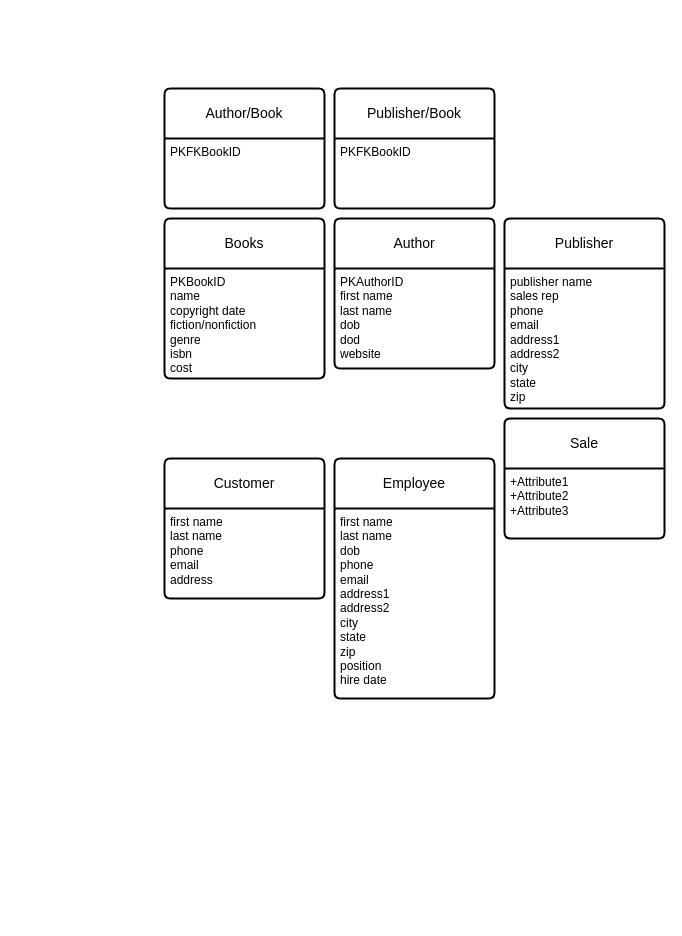
This is library.drawio from ZaHallo/diagrams, a draw.io file, before an edit. Source tidied: cells renumbered, new cells numbered last; positions are measured from the earlier drawing's top-left corner, leaving out a move shared by most shapes. Both pictures are drawn from the tidied source at 100%, with x=0, y=0 at pixel (164, 88).
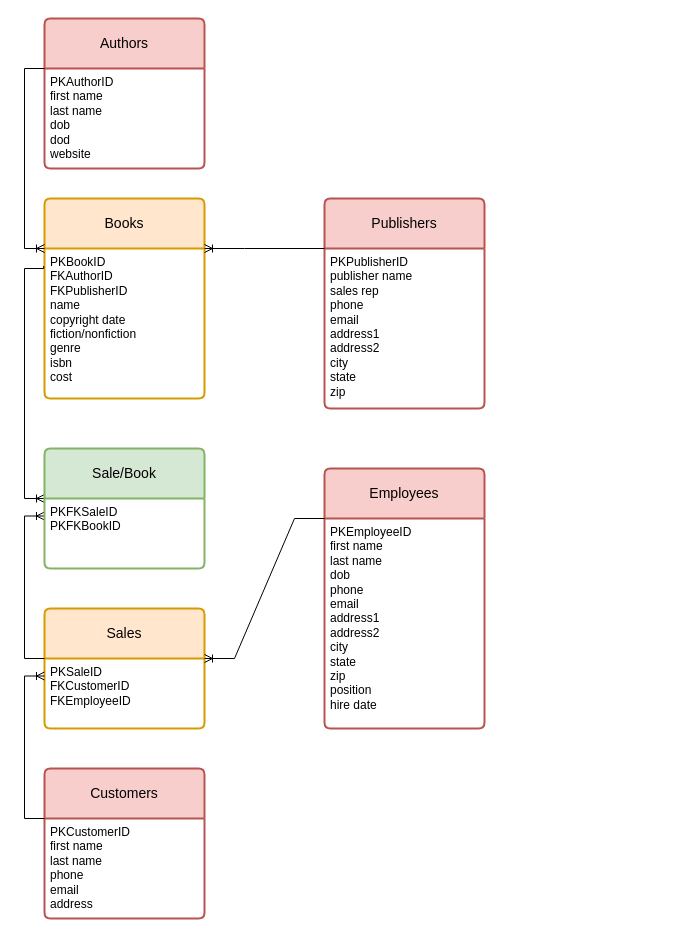
After the change.

The change refers to these unchanged cells:
```xml
<mxCell id="5" value="PKAuthorID&lt;br&gt;first name&lt;br&gt;last name&lt;br&gt;dob&lt;br&gt;dod&lt;br&gt;website" style="align=left;strokeColor=none;fillColor=none;spacingLeft=4;fontSize=12;verticalAlign=top;html=1;" parent="4" vertex="1">
  <mxGeometry y="50" width="160" height="100" as="geometry" />
</mxCell>
```

Change to the diagram source:
```diff
@@
-    <mxCell id="2" value="Books" style="swimlane;horizontal=1;startSize=50;rounded=1;fontSize=14;fontStyle=0;strokeWidth=2;shadow=0;dashed=0;align=center;arcSize=4;whiteSpace=wrap;html=1;" parent="1" vertex="1">
-      <mxGeometry y="130" width="160" height="160" as="geometry" />
+    <mxCell id="2" value="Books" style="swimlane;horizontal=1;startSize=50;rounded=1;fontSize=14;fontStyle=0;strokeWidth=2;shadow=0;dashed=0;align=center;arcSize=4;whiteSpace=wrap;html=1;fillColor=#ffe6cc;strokeColor=#d79b00;" parent="1" vertex="1">
+      <mxGeometry x="-120" y="110" width="160" height="200" as="geometry" />
     </mxCell>
-    <mxCell id="3" value="PKBookID&lt;br&gt;name&lt;br&gt;copyright date&lt;br&gt;fiction/nonfiction&lt;br&gt;genre&lt;br&gt;isbn&lt;br&gt;cost" style="align=left;strokeColor=none;fillColor=none;spacingLeft=4;fontSize=12;verticalAlign=top;html=1;" parent="2" vertex="1">
-      <mxGeometry y="50" width="160" height="110" as="geometry" />
+    <mxCell id="3" value="PKBookID&lt;br&gt;FKAuthorID&lt;br&gt;FKPublisherID&lt;br&gt;name&lt;br&gt;copyright date&lt;br&gt;fiction/nonfiction&lt;br&gt;genre&lt;br&gt;isbn&lt;br&gt;cost" style="align=left;strokeColor=none;fillColor=none;spacingLeft=4;fontSize=12;verticalAlign=top;html=1;" parent="2" vertex="1">
+      <mxGeometry y="50" width="160" height="150" as="geometry" />
     </mxCell>
-    <mxCell id="4" value="Author" style="swimlane;horizontal=1;startSize=50;rounded=1;fontSize=14;fontStyle=0;strokeWidth=2;shadow=0;dashed=0;align=center;arcSize=4;whiteSpace=wrap;html=1;" parent="1" vertex="1">
-      <mxGeometry x="170" y="130" width="160" height="150" as="geometry" />
+    <mxCell id="4" value="Authors" style="swimlane;horizontal=1;startSize=50;rounded=1;fontSize=14;fontStyle=0;strokeWidth=2;shadow=0;dashed=0;align=center;arcSize=4;whiteSpace=wrap;html=1;fillColor=#f8cecc;strokeColor=#b85450;" parent="1" vertex="1">
+      <mxGeometry x="-120" y="-70" width="160" height="150" as="geometry" />
     </mxCell>
@@
-    <mxCell id="6" value="Publisher" style="swimlane;horizontal=1;startSize=50;rounded=1;fontSize=14;fontStyle=0;strokeWidth=2;shadow=0;dashed=0;align=center;arcSize=4;whiteSpace=wrap;html=1;" parent="1" vertex="1">
-      <mxGeometry x="340" y="130" width="160" height="190" as="geometry" />
+    <mxCell id="6" value="Publishers" style="swimlane;horizontal=1;startSize=50;rounded=1;fontSize=14;fontStyle=0;strokeWidth=2;shadow=0;dashed=0;align=center;arcSize=4;whiteSpace=wrap;html=1;fillColor=#f8cecc;strokeColor=#b85450;" parent="1" vertex="1">
+      <mxGeometry x="160" y="110" width="160" height="210" as="geometry" />
     </mxCell>
-    <mxCell id="7" value="publisher name&lt;br&gt;sales rep&lt;br&gt;phone&lt;br&gt;email&lt;br&gt;address1&lt;br&gt;address2&lt;br&gt;city&lt;br&gt;state&lt;br&gt;zip" style="align=left;strokeColor=none;fillColor=none;spacingLeft=4;fontSize=12;verticalAlign=top;html=1;" parent="6" vertex="1">
-      <mxGeometry y="50" width="160" height="140" as="geometry" />
+    <mxCell id="7" value="PKPublisherID&lt;br&gt;publisher name&lt;br&gt;sales rep&lt;br&gt;phone&lt;br&gt;email&lt;br&gt;address1&lt;br&gt;address2&lt;br&gt;city&lt;br&gt;state&lt;br&gt;zip" style="align=left;strokeColor=none;fillColor=none;spacingLeft=4;fontSize=12;verticalAlign=top;html=1;" parent="6" vertex="1">
+      <mxGeometry y="50" width="160" height="160" as="geometry" />
     </mxCell>
-    <mxCell id="8" value="Customer" style="swimlane;horizontal=1;startSize=50;rounded=1;fontSize=14;fontStyle=0;strokeWidth=2;shadow=0;dashed=0;align=center;arcSize=4;whiteSpace=wrap;html=1;" parent="1" vertex="1">
-      <mxGeometry y="370" width="160" height="140" as="geometry" />
+    <mxCell id="8" value="Customers" style="swimlane;horizontal=1;startSize=50;rounded=1;fontSize=14;fontStyle=0;strokeWidth=2;shadow=0;dashed=0;align=center;arcSize=4;whiteSpace=wrap;html=1;fillColor=#f8cecc;strokeColor=#b85450;" parent="1" vertex="1">
+      <mxGeometry x="-120" y="680" width="160" height="150" as="geometry" />
     </mxCell>
-    <mxCell id="9" value="first name&lt;br&gt;last name&lt;br&gt;phone&lt;br&gt;email&lt;br&gt;address" style="align=left;strokeColor=none;fillColor=none;spacingLeft=4;fontSize=12;verticalAlign=top;html=1;" parent="8" vertex="1">
-      <mxGeometry y="50" width="160" height="90" as="geometry" />
+    <mxCell id="9" value="PKCustomerID&lt;br&gt;first name&lt;br&gt;last name&lt;br&gt;phone&lt;br&gt;email&lt;br&gt;address" style="align=left;strokeColor=none;fillColor=none;spacingLeft=4;fontSize=12;verticalAlign=top;html=1;" parent="8" vertex="1">
+      <mxGeometry y="50" width="160" height="100" as="geometry" />
     </mxCell>
-    <mxCell id="10" value="Employee" style="swimlane;horizontal=1;startSize=50;rounded=1;fontSize=14;fontStyle=0;strokeWidth=2;shadow=0;dashed=0;align=center;arcSize=4;whiteSpace=wrap;html=1;" parent="1" vertex="1">
-      <mxGeometry x="170" y="370" width="160" height="240" as="geometry" />
+    <mxCell id="10" value="Employees" style="swimlane;horizontal=1;startSize=50;rounded=1;fontSize=14;fontStyle=0;strokeWidth=2;shadow=0;dashed=0;align=center;arcSize=4;whiteSpace=wrap;html=1;fillColor=#f8cecc;strokeColor=#b85450;" parent="1" vertex="1">
+      <mxGeometry x="160" y="380" width="160" height="260" as="geometry" />
     </mxCell>
-    <mxCell id="11" value="first name&lt;br&gt;last name&lt;br&gt;dob&lt;br&gt;phone&lt;br&gt;email&lt;br&gt;address1&lt;br&gt;address2&lt;br&gt;city&lt;br&gt;state&lt;br&gt;zip&lt;br&gt;position&lt;br&gt;hire date" style="align=left;strokeColor=none;fillColor=none;spacingLeft=4;fontSize=12;verticalAlign=top;html=1;" parent="10" vertex="1">
-      <mxGeometry y="50" width="160" height="190" as="geometry" />
+    <mxCell id="11" value="PKEmployeeID&lt;br&gt;first name&lt;br&gt;last name&lt;br&gt;dob&lt;br&gt;phone&lt;br&gt;email&lt;br&gt;address1&lt;br&gt;address2&lt;br&gt;city&lt;br&gt;state&lt;br&gt;zip&lt;br&gt;position&lt;br&gt;hire date" style="align=left;strokeColor=none;fillColor=none;spacingLeft=4;fontSize=12;verticalAlign=top;html=1;" parent="10" vertex="1">
+      <mxGeometry y="50" width="160" height="210" as="geometry" />
     </mxCell>
-    <mxCell id="12" value="Sale" style="swimlane;horizontal=1;startSize=50;rounded=1;fontSize=14;fontStyle=0;strokeWidth=2;shadow=0;dashed=0;align=center;arcSize=4;whiteSpace=wrap;html=1;" parent="1" vertex="1">
-      <mxGeometry x="340" y="330" width="160" height="120" as="geometry" />
-    </mxCell>
-    <mxCell id="13" value="+Attribute1&#10;+Attribute2&#10;+Attribute3" style="align=left;strokeColor=none;fillColor=none;spacingLeft=4;fontSize=12;verticalAlign=top;html=1;" parent="12" vertex="1">
-      <mxGeometry y="50" width="160" height="70" as="geometry" />
-    </mxCell>
-    <mxCell id="14" value="Author/Book" style="swimlane;horizontal=1;startSize=50;rounded=1;fontSize=14;fontStyle=0;strokeWidth=2;shadow=0;dashed=0;align=center;arcSize=4;whiteSpace=wrap;html=1;" parent="1" vertex="1">
-      <mxGeometry width="160" height="120" as="geometry" />
-    </mxCell>
-    <mxCell id="15" value="PKFKBookID" style="align=left;strokeColor=none;fillColor=none;spacingLeft=4;fontSize=12;verticalAlign=top;html=1;" parent="14" vertex="1">
-      <mxGeometry y="50" width="160" height="70" as="geometry" />
-    </mxCell>
-    <mxCell id="16" value="Publisher/Book" style="swimlane;horizontal=1;startSize=50;rounded=1;fontSize=14;fontStyle=0;strokeWidth=2;shadow=0;dashed=0;align=center;arcSize=4;whiteSpace=wrap;html=1;" parent="1" vertex="1">
-      <mxGeometry x="170" width="160" height="120" as="geometry" />
-    </mxCell>
-    <mxCell id="17" value="PKFKBookID" style="align=left;strokeColor=none;fillColor=none;spacingLeft=4;fontSize=12;verticalAlign=top;html=1;" parent="16" vertex="1">
-      <mxGeometry y="50" width="160" height="70" as="geometry" />
-    </mxCell>
+    <mxCell id="18" style="edgeStyle=orthogonalEdgeStyle;fontSize=12;html=1;endArrow=ERoneToMany;rounded=0;entryX=0;entryY=0;entryDx=0;entryDy=0;exitX=0;exitY=0;exitDx=0;exitDy=0;" parent="1" edge="1" source="5" target="3">
+      <mxGeometry relative="1" as="geometry">
+        <Array as="points">
+          <mxPoint x="-140" y="-20" />
+          <mxPoint x="-140" y="160" />
+        </Array>
+      </mxGeometry>
+    </mxCell>
+    <mxCell id="19" style="fontSize=12;html=1;endArrow=ERoneToMany;rounded=0;exitX=0;exitY=0;exitDx=0;exitDy=0;entryX=1;entryY=0;entryDx=0;entryDy=0;edgeStyle=orthogonalEdgeStyle;" parent="1" edge="1" source="7" target="3">
+      <mxGeometry relative="1" as="geometry">
+        <Array as="points">
+          <mxPoint x="80" y="160" />
+        </Array>
+      </mxGeometry>
+    </mxCell>
+    <mxCell id="20" value="Sales" style="swimlane;horizontal=1;startSize=50;rounded=1;fontSize=14;fontStyle=0;strokeWidth=2;shadow=0;dashed=0;align=center;arcSize=4;whiteSpace=wrap;html=1;fillColor=#ffe6cc;strokeColor=#d79b00;" parent="1" vertex="1">
+      <mxGeometry x="-120" y="520" width="160" height="120" as="geometry" />
+    </mxCell>
+    <mxCell id="21" value="PKSaleID&lt;br&gt;FKCustomerID&lt;br&gt;FKEmployeeID" style="align=left;strokeColor=none;fillColor=none;spacingLeft=4;fontSize=12;verticalAlign=top;html=1;" parent="20" vertex="1">
+      <mxGeometry y="50" width="160" height="70" as="geometry" />
+    </mxCell>
+    <mxCell id="22" style="edgeStyle=orthogonalEdgeStyle;fontSize=12;html=1;endArrow=ERoneToMany;rounded=0;entryX=0;entryY=0;entryDx=0;entryDy=0;exitX=-0.005;exitY=0.117;exitDx=0;exitDy=0;exitPerimeter=0;" parent="1" edge="1" source="3" target="26">
+      <mxGeometry relative="1" as="geometry">
+        <Array as="points">
+          <mxPoint x="-121" y="180" />
+          <mxPoint x="-140" y="180" />
+          <mxPoint x="-140" y="410" />
+        </Array>
+      </mxGeometry>
+    </mxCell>
+    <mxCell id="23" style="edgeStyle=orthogonalEdgeStyle;fontSize=12;html=1;endArrow=ERoneToMany;rounded=0;exitX=0;exitY=0;exitDx=0;exitDy=0;entryX=0;entryY=0.25;entryDx=0;entryDy=0;" parent="1" edge="1" source="21" target="26">
+      <mxGeometry relative="1" as="geometry">
+        <Array as="points">
+          <mxPoint x="-140" y="570" />
+          <mxPoint x="-140" y="428" />
+          <mxPoint x="-120" y="428" />
+        </Array>
+      </mxGeometry>
+    </mxCell>
+    <mxCell id="24" style="edgeStyle=entityRelationEdgeStyle;fontSize=12;html=1;endArrow=ERoneToMany;rounded=0;exitX=0;exitY=0;exitDx=0;exitDy=0;entryX=1;entryY=0;entryDx=0;entryDy=0;" parent="1" edge="1" source="11" target="21">
+      <mxGeometry relative="1" as="geometry" />
+    </mxCell>
+    <mxCell id="25" value="Sale/Book" style="swimlane;horizontal=1;startSize=50;rounded=1;fontSize=14;fontStyle=0;strokeWidth=2;shadow=0;dashed=0;align=center;arcSize=4;whiteSpace=wrap;html=1;fillColor=#d5e8d4;strokeColor=#82b366;" parent="1" vertex="1">
+      <mxGeometry x="-120" y="360" width="160" height="120" as="geometry" />
+    </mxCell>
+    <mxCell id="26" value="PKFKSaleID&lt;br&gt;PKFKBookID" style="align=left;strokeColor=none;fillColor=none;spacingLeft=4;fontSize=12;verticalAlign=top;html=1;" parent="25" vertex="1">
+      <mxGeometry y="50" width="160" height="70" as="geometry" />
+    </mxCell>
+    <mxCell id="27" style="edgeStyle=orthogonalEdgeStyle;fontSize=12;html=1;endArrow=ERoneToMany;rounded=0;entryX=0;entryY=0.25;entryDx=0;entryDy=0;exitX=0;exitY=0;exitDx=0;exitDy=0;" parent="1" edge="1" source="9" target="21">
+      <mxGeometry relative="1" as="geometry">
+        <Array as="points">
+          <mxPoint x="-140" y="730" />
+          <mxPoint x="-140" y="587" />
+        </Array>
+      </mxGeometry>
+    </mxCell>
```
